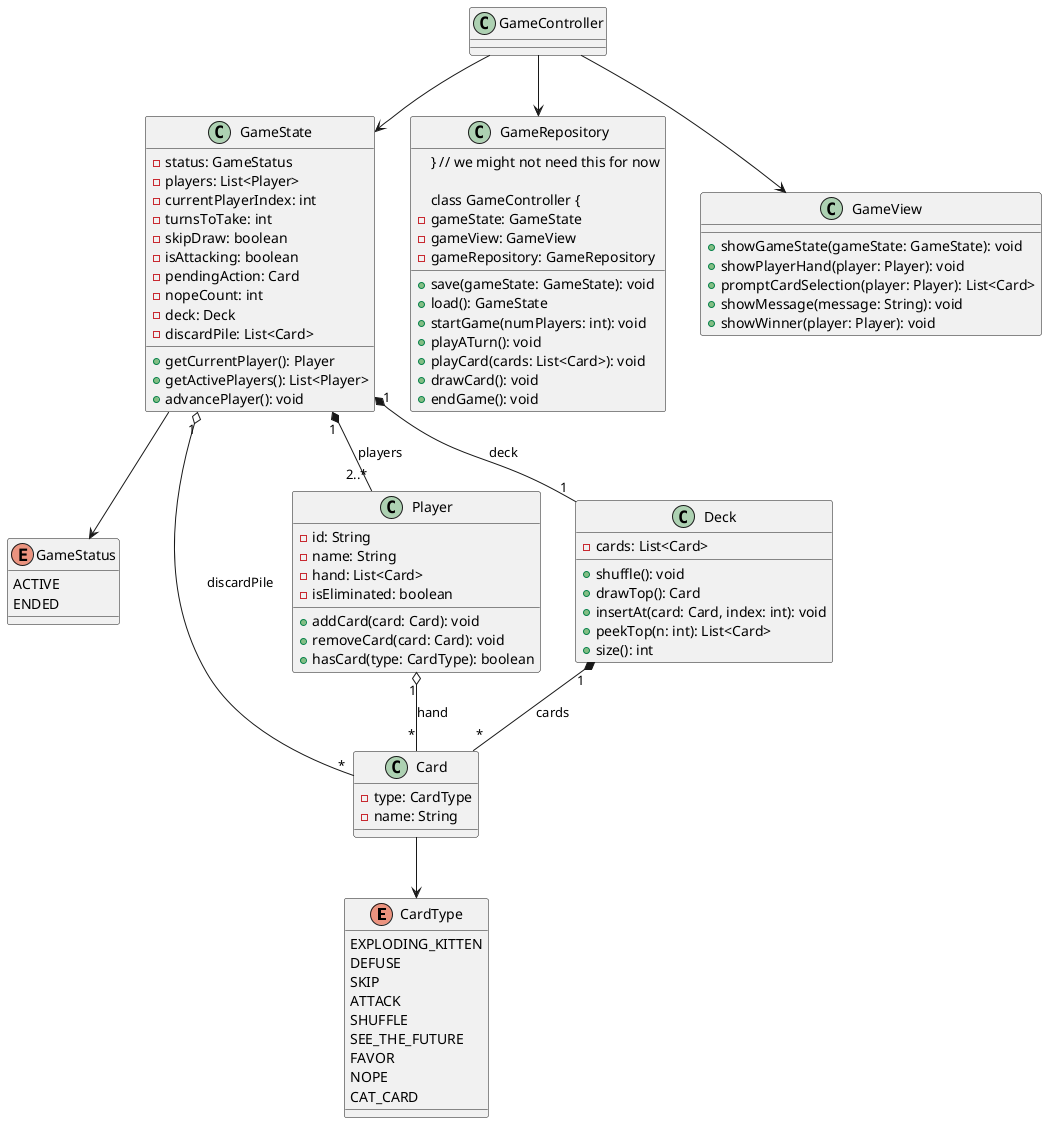
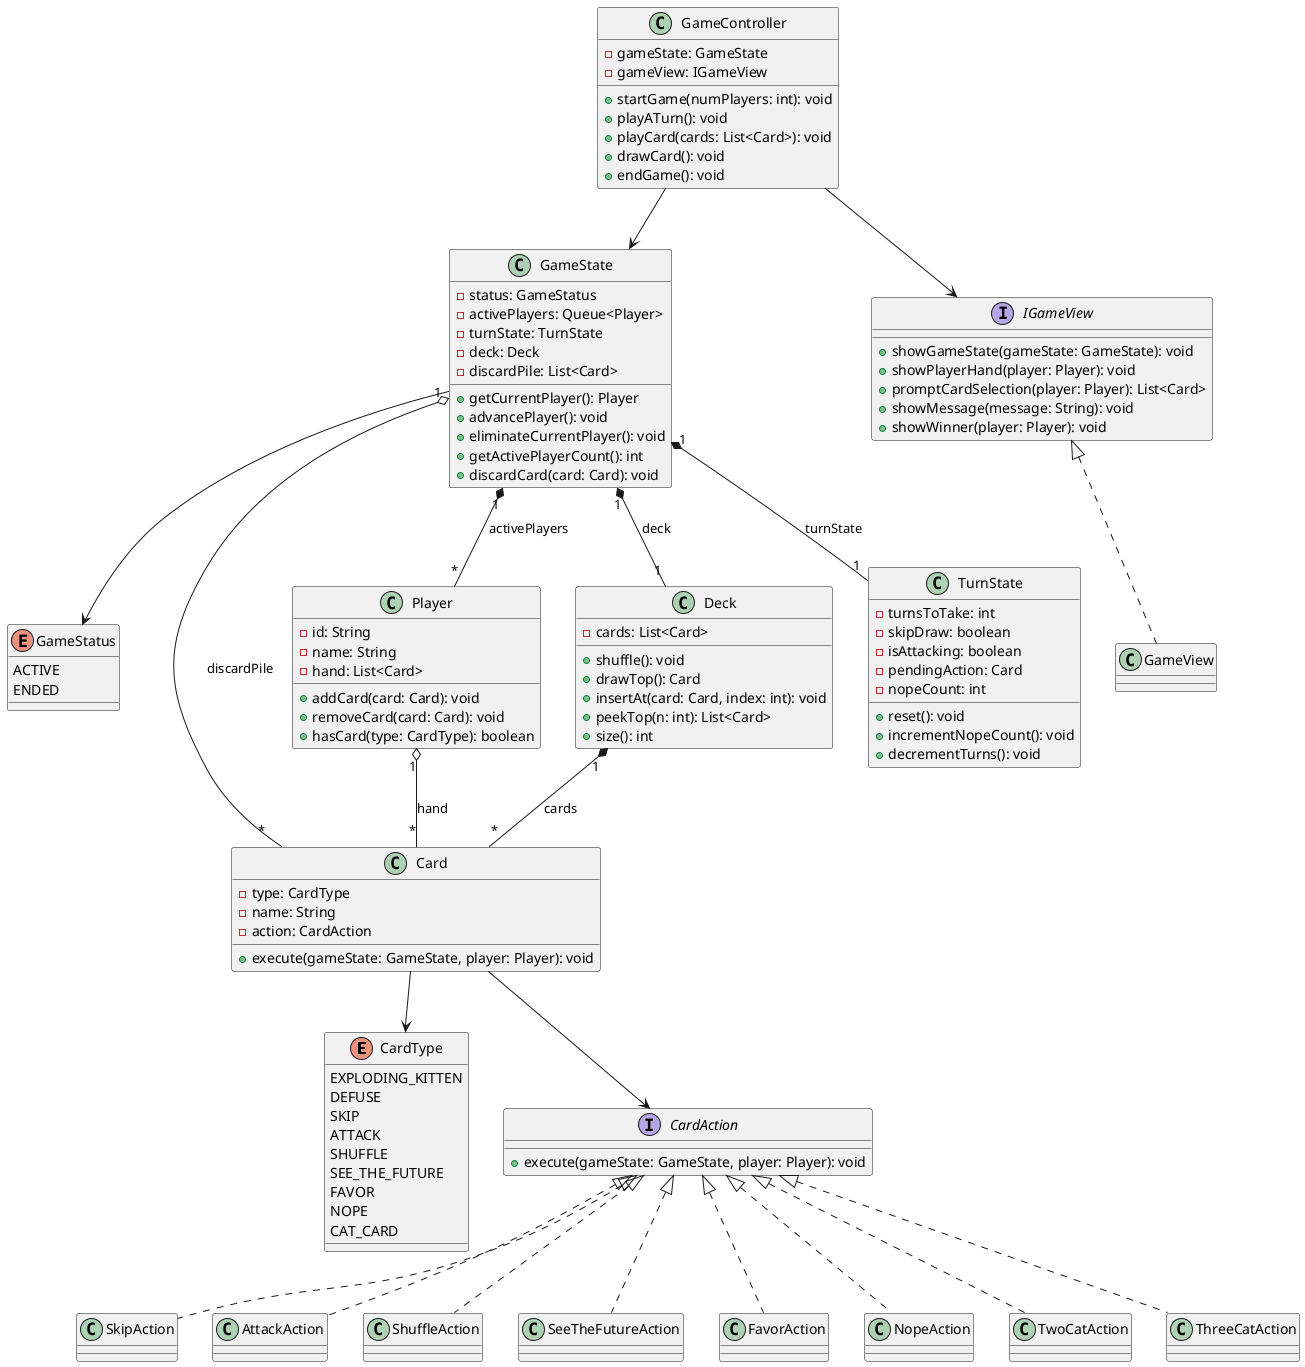
@startuml Exploding Kittens Class Diagram

' ── Enums ────────────────────────────────────────────────
enum CardType {
  EXPLODING_KITTEN
  DEFUSE
  SKIP
  ATTACK
  SHUFFLE
  SEE_THE_FUTURE
  FAVOR
  NOPE
  CAT_CARD
}

enum GameStatus {
  ACTIVE
  ENDED
}

+ ' ── Card Action Strategy ──────────────────────────────────
+ interface CardAction {
+   + execute(gameState: GameState, player: Player): void
+ }
+ 
+ class SkipAction implements CardAction
+ class AttackAction implements CardAction
+ class ShuffleAction implements CardAction
+ class SeeTheFutureAction implements CardAction
+ class FavorAction implements CardAction
+ class NopeAction implements CardAction
+ class TwoCatAction implements CardAction
+ class ThreeCatAction implements CardAction
+ 
' ── Model ────────────────────────────────────────────────
class Card {
  - type: CardType
  - name: String
+   - action: CardAction
+   + execute(gameState: GameState, player: Player): void
}

class Player {
  - id: String
  - name: String
  - hand: List<Card>
-   - isEliminated: boolean
  + addCard(card: Card): void
  + removeCard(card: Card): void
  + hasCard(type: CardType): boolean
}

class Deck {
  - cards: List<Card>
  + shuffle(): void
  + drawTop(): Card
  + insertAt(card: Card, index: int): void
  + peekTop(n: int): List<Card>
  + size(): int
}

- class GameState {
-   - status: GameStatus
-   - players: List<Player>
-   - currentPlayerIndex: int
+ class TurnState {
  - turnsToTake: int
  - skipDraw: boolean
  - isAttacking: boolean
  - pendingAction: Card
  - nopeCount: int
+   + reset(): void
+   + incrementNopeCount(): void
+   + decrementTurns(): void
+ }
+ 
+ class GameState {
+   - status: GameStatus
+   - activePlayers: Queue<Player>
+   - turnState: TurnState
  - deck: Deck
  - discardPile: List<Card>
  + getCurrentPlayer(): Player
-   + getActivePlayers(): List<Player>
  + advancePlayer(): void
+   + eliminateCurrentPlayer(): void
+   + getActivePlayerCount(): int
+   + discardCard(card: Card): void
}

- ' ── Repository ───────────────────────────────────────────
- class GameRepository {
-   + save(gameState: GameState): void
-   + load(): GameState
- } // we might not need this for now
+ ' ── View ─────────────────────────────────────────────────
+ interface IGameView {
+   + showGameState(gameState: GameState): void
+   + showPlayerHand(player: Player): void
+   + promptCardSelection(player: Player): List<Card>
+   + showMessage(message: String): void
+   + showWinner(player: Player): void
+ }
+ 
+ class GameView implements IGameView

' ── Controller ───────────────────────────────────────────
class GameController {
  - gameState: GameState
-   - gameView: GameView
-   - gameRepository: GameRepository
+   - gameView: IGameView
  + startGame(numPlayers: int): void
  + playATurn(): void
  + playCard(cards: List<Card>): void
  + drawCard(): void
  + endGame(): void
}

- ' ── View ─────────────────────────────────────────────────
- class GameView {
-   + showGameState(gameState: GameState): void
-   + showPlayerHand(player: Player): void
-   + promptCardSelection(player: Player): List<Card>
-   + showMessage(message: String): void
-   + showWinner(player: Player): void
- }
- 
' ── Relationships ─────────────────────────────────────────
Card --> CardType
+ Card --> CardAction
+ 
GameState --> GameStatus
+ GameState "1" *-- "1"   Deck    : deck
+ GameState "1" *-- "*"   Player  : activePlayers
+ GameState "1" *-- "1"   TurnState : turnState
+ GameState "1" o-- "*"   Card    : discardPile

- GameState "1" *-- "1"   Deck        : deck
- GameState "1" *-- "2..*" Player      : players
- GameState "1" o-- "*"   Card        : discardPile
- 
- Player  "1" o-- "*" Card : hand
- Deck    "1" *-- "*" Card : cards
+ Player "1" o-- "*" Card : hand
+ Deck   "1" *-- "*" Card : cards

GameController --> GameState
- GameController --> GameView
- GameController --> GameRepository
+ GameController --> IGameView

- @enduml
+ @enduml